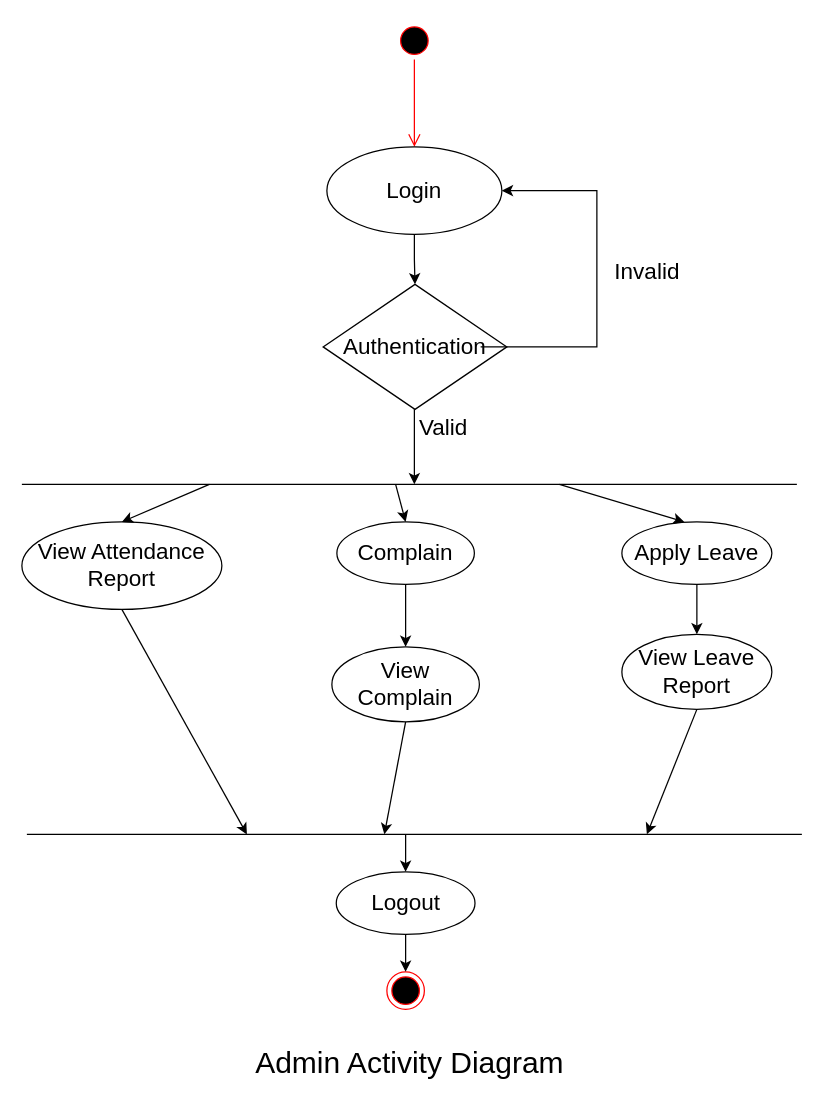
Above: Student_01.drawio in AkashAndroid5024/Facial-Recognition-Attendance-Management-System (draw.io), before the change. Source tidied: cells renumbered, new cells numbered last; positions are measured from the earlier drawing's top-left corner, leaving out a move shared by most shapes. Both pictures are drawn from the tidied source at 125%, with x=0, y=0 at pixel (21, 21).
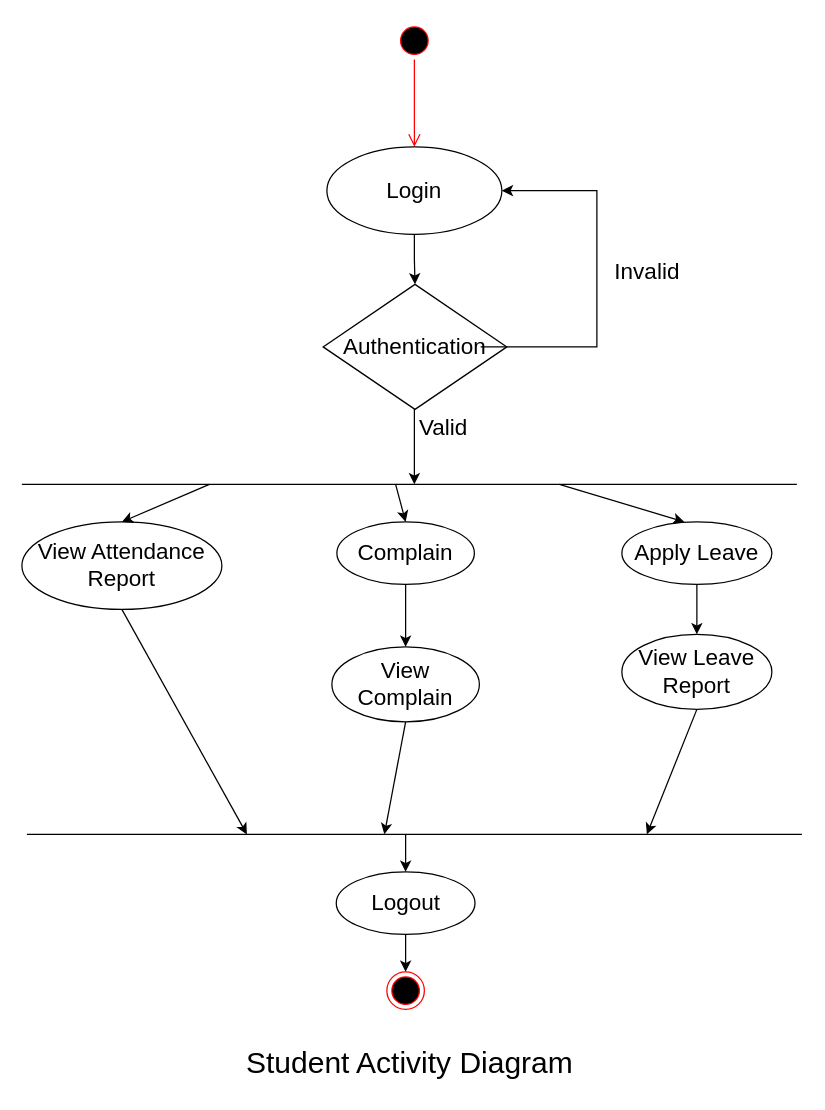
After the change.

Diff of the diagram source:
```diff
@@
-    <mxCell id="29" value="&lt;font style=&quot;font-size: 24px;&quot;&gt;Admin Activity Diagram&lt;/font&gt;" style="text;html=1;align=center;verticalAlign=middle;strokeColor=none;fillColor=none;" parent="1" vertex="1">
-      <mxGeometry x="175" y="813" width="270" height="40" as="geometry" />
+    <mxCell id="29" value="&lt;font style=&quot;font-size: 24px;&quot;&gt;Student Activity Diagram&lt;/font&gt;" style="text;html=1;align=center;verticalAlign=middle;strokeColor=none;fillColor=none;" parent="1" vertex="1">
+      <mxGeometry x="170" y="813" width="280" height="40" as="geometry" />
     </mxCell>
```
